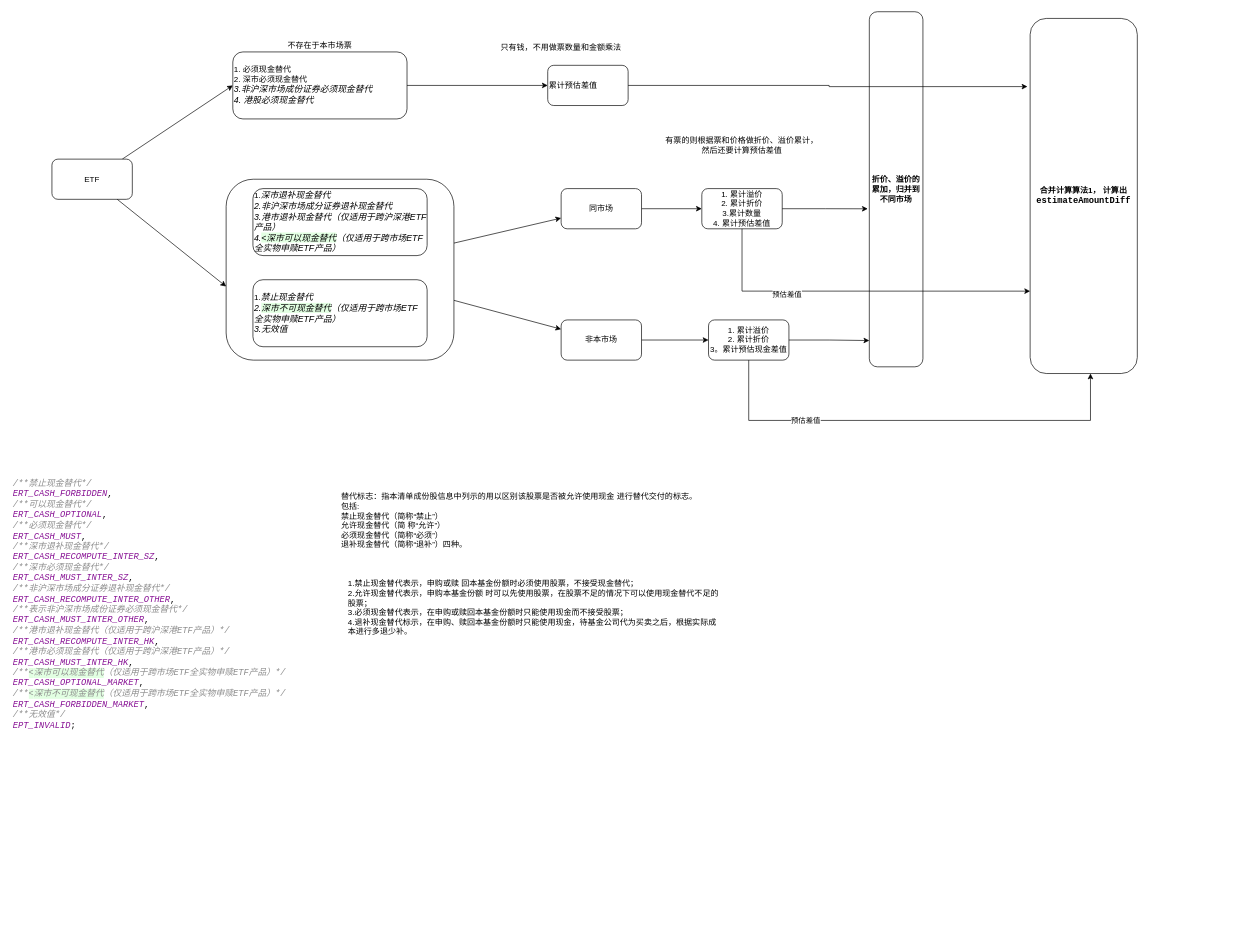
Above: ETF指标逻辑梳理.drawio in 89780012/drawio (draw.io), before the change. Source tidied: cells renumbered, new cells numbered last; positions are measured from the earlier drawing's top-left corner, leaving out a move shared by most shapes. Both pictures are drawn from the tidied source at 67%, with x=0, y=0 at pixel (11, 11).
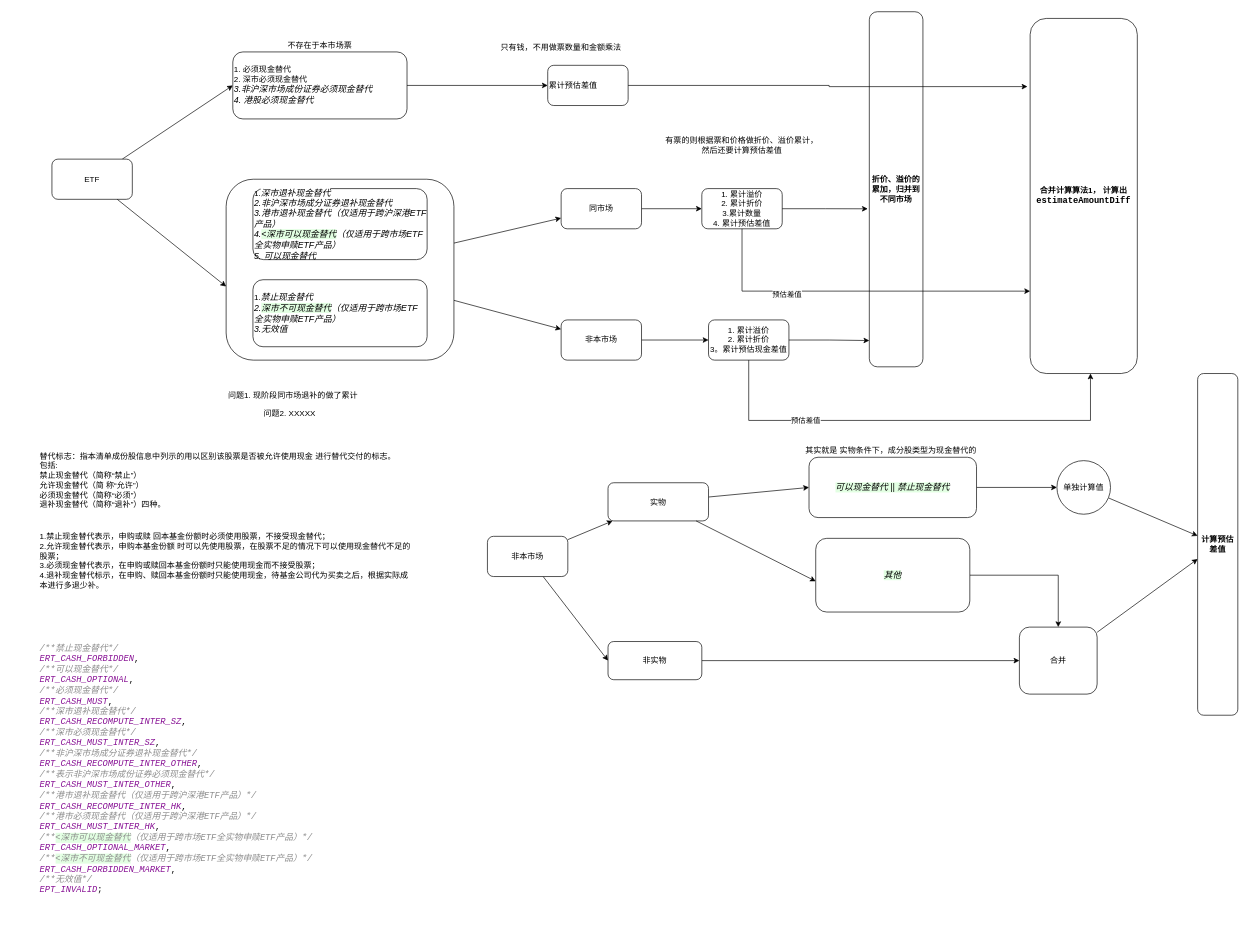
Above is the later version.

Commit message (it also covers changes not shown here):
更新ETF指标逻辑梳理.drawio

Change to the diagram source:
```diff
@@
     <mxCell id="7" value="&lt;div style=&quot;background-color: rgb(255, 255, 255); color: rgb(8, 8, 8); font-family: &amp;quot;JetBrains Mono&amp;quot;, monospace; font-size: 9.8pt; white-space: pre;&quot;&gt;&lt;span style=&quot;color: rgb(140, 140, 140); font-style: italic;&quot;&gt;/**&lt;/span&gt;&lt;span style=&quot;color: rgb(140, 140, 140); font-style: italic; font-family: &amp;quot;Courier New&amp;quot;, monospace;&quot;&gt;禁止现金替代&lt;/span&gt;&lt;span style=&quot;color: rgb(140, 140, 140); font-style: italic;&quot;&gt;*/&lt;br&gt;&lt;/span&gt;&lt;span style=&quot;color: rgb(135, 16, 148); font-style: italic;&quot;&gt;ERT_CASH_FORBIDDEN&lt;/span&gt;,&lt;br&gt;&lt;span style=&quot;color: rgb(140, 140, 140); font-style: italic;&quot;&gt;/**&lt;/span&gt;&lt;span style=&quot;color: rgb(140, 140, 140); font-style: italic; font-family: &amp;quot;Courier New&amp;quot;, monospace;&quot;&gt;可以现金替代&lt;/span&gt;&lt;span style=&quot;color: rgb(140, 140, 140); font-style: italic;&quot;&gt;*/&lt;br&gt;&lt;/span&gt;&lt;span style=&quot;color: rgb(135, 16, 148); font-style: italic;&quot;&gt;ERT_CASH_OPTIONAL&lt;/span&gt;,&lt;br&gt;&lt;span style=&quot;color: rgb(140, 140, 140); font-style: italic;&quot;&gt;/**&lt;/span&gt;&lt;span style=&quot;color: rgb(140, 140, 140); font-style: italic; font-family: &amp;quot;Courier New&amp;quot;, monospace;&quot;&gt;必须现金替代&lt;/span&gt;&lt;span style=&quot;color: rgb(140, 140, 140); font-style: italic;&quot;&gt;*/&lt;br&gt;&lt;/span&gt;&lt;span style=&quot;color: rgb(135, 16, 148); font-style: italic;&quot;&gt;ERT_CASH_MUST&lt;/span&gt;,&lt;br&gt;&lt;span style=&quot;color: rgb(140, 140, 140); font-style: italic;&quot;&gt;/**&lt;/span&gt;&lt;span style=&quot;color: rgb(140, 140, 140); font-style: italic; font-family: &amp;quot;Courier New&amp;quot;, monospace;&quot;&gt;深市退补现金替代&lt;/span&gt;&lt;span style=&quot;color: rgb(140, 140, 140); font-style: italic;&quot;&gt;*/&lt;br&gt;&lt;/span&gt;&lt;span style=&quot;color: rgb(135, 16, 148); font-style: italic;&quot;&gt;ERT_CASH_RECOMPUTE_INTER_SZ&lt;/span&gt;,&lt;br&gt;&lt;span style=&quot;color: rgb(140, 140, 140); font-style: italic;&quot;&gt;/**&lt;/span&gt;&lt;span style=&quot;color: rgb(140, 140, 140); font-style: italic; font-family: &amp;quot;Courier New&amp;quot;, monospace;&quot;&gt;深市必须现金替代&lt;/span&gt;&lt;span style=&quot;color: rgb(140, 140, 140); font-style: italic;&quot;&gt;*/&lt;br&gt;&lt;/span&gt;&lt;span style=&quot;color: rgb(135, 16, 148); font-style: italic;&quot;&gt;ERT_CASH_MUST_INTER_SZ&lt;/span&gt;,&lt;br&gt;&lt;span style=&quot;color: rgb(140, 140, 140); font-style: italic;&quot;&gt;/**&lt;/span&gt;&lt;span style=&quot;color: rgb(140, 140, 140); font-style: italic; font-family: &amp;quot;Courier New&amp;quot;, monospace;&quot;&gt;非沪深市场成分证券退补现金替代&lt;/span&gt;&lt;span style=&quot;color: rgb(140, 140, 140); font-style: italic;&quot;&gt;*/&lt;br&gt;&lt;/span&gt;&lt;span style=&quot;color: rgb(135, 16, 148); font-style: italic;&quot;&gt;ERT_CASH_RECOMPUTE_INTER_OTHER&lt;/span&gt;,&lt;br&gt;&lt;span style=&quot;color: rgb(140, 140, 140); font-style: italic;&quot;&gt;/**&lt;/span&gt;&lt;span style=&quot;color: rgb(140, 140, 140); font-style: italic; font-family: &amp;quot;Courier New&amp;quot;, monospace;&quot;&gt;表示非沪深市场成份证券必须现金替代&lt;/span&gt;&lt;span style=&quot;color: rgb(140, 140, 140); font-style: italic;&quot;&gt;*/&lt;br&gt;&lt;/span&gt;&lt;span style=&quot;color: rgb(135, 16, 148); font-style: italic;&quot;&gt;ERT_CASH_MUST_INTER_OTHER&lt;/span&gt;,&lt;br&gt;&lt;span style=&quot;color: rgb(140, 140, 140); font-style: italic;&quot;&gt;/**&lt;/span&gt;&lt;span style=&quot;color: rgb(140, 140, 140); font-style: italic; font-family: &amp;quot;Courier New&amp;quot;, monospace;&quot;&gt;港市退补现金替代（仅适用于跨沪深港&lt;/span&gt;&lt;span style=&quot;color: rgb(140, 140, 140); font-style: italic;&quot;&gt;ETF&lt;/span&gt;&lt;span style=&quot;color: rgb(140, 140, 140); font-style: italic; font-family: &amp;quot;Courier New&amp;quot;, monospace;&quot;&gt;产品）&lt;/span&gt;&lt;span style=&quot;color: rgb(140, 140, 140); font-style: italic;&quot;&gt;*/&lt;br&gt;&lt;/span&gt;&lt;span style=&quot;color: rgb(135, 16, 148); font-style: italic;&quot;&gt;ERT_CASH_RECOMPUTE_INTER_HK&lt;/span&gt;,&lt;br&gt;&lt;span style=&quot;color: rgb(140, 140, 140); font-style: italic;&quot;&gt;/**&lt;/span&gt;&lt;span style=&quot;color: rgb(140, 140, 140); font-style: italic; font-family: &amp;quot;Courier New&amp;quot;, monospace;&quot;&gt;港市必须现金替代（仅适用于跨沪深港&lt;/span&gt;&lt;span style=&quot;color: rgb(140, 140, 140); font-style: italic;&quot;&gt;ETF&lt;/span&gt;&lt;span style=&quot;color: rgb(140, 140, 140); font-style: italic; font-family: &amp;quot;Courier New&amp;quot;, monospace;&quot;&gt;产品）&lt;/span&gt;&lt;span style=&quot;color: rgb(140, 140, 140); font-style: italic;&quot;&gt;*/&lt;br&gt;&lt;/span&gt;&lt;span style=&quot;color: rgb(135, 16, 148); font-style: italic;&quot;&gt;ERT_CASH_MUST_INTER_HK&lt;/span&gt;,&lt;br&gt;&lt;span style=&quot;color: rgb(140, 140, 140); font-style: italic;&quot;&gt;/**&lt;/span&gt;&lt;span style=&quot;color: rgb(140, 140, 140); background-color: rgb(226, 255, 226); font-style: italic;&quot;&gt;&amp;lt;&lt;/span&gt;&lt;span style=&quot;color: rgb(140, 140, 140); background-color: rgb(226, 255, 226); font-style: italic; font-family: &amp;quot;Courier New&amp;quot;, monospace;&quot;&gt;深市可以现金替代&lt;/span&gt;&lt;span style=&quot;color: rgb(140, 140, 140); font-style: italic; font-family: &amp;quot;Courier New&amp;quot;, monospace;&quot;&gt;（仅适用于跨市场&lt;/span&gt;&lt;span style=&quot;color: rgb(140, 140, 140); font-style: italic;&quot;&gt;ETF&lt;/span&gt;&lt;span style=&quot;color: rgb(140, 140, 140); font-style: italic; font-family: &amp;quot;Courier New&amp;quot;, monospace;&quot;&gt;全实物申赎&lt;/span&gt;&lt;span style=&quot;color: rgb(140, 140, 140); font-style: italic;&quot;&gt;ETF&lt;/span&gt;&lt;span style=&quot;color: rgb(140, 140, 140); font-style: italic; font-family: &amp;quot;Courier New&amp;quot;, monospace;&quot;&gt;产品）&lt;/span&gt;&lt;span style=&quot;color: rgb(140, 140, 140); font-style: italic;&quot;&gt;*/&lt;br&gt;&lt;/span&gt;&lt;span style=&quot;color: rgb(135, 16, 148); font-style: italic;&quot;&gt;ERT_CASH_OPTIONAL_MARKET&lt;/span&gt;,&lt;br&gt;&lt;span style=&quot;color: rgb(140, 140, 140); font-style: italic;&quot;&gt;/**&lt;/span&gt;&lt;span style=&quot;color: rgb(140, 140, 140); background-color: rgb(226, 255, 226); font-style: italic;&quot;&gt;&amp;lt;&lt;/span&gt;&lt;span style=&quot;color: rgb(140, 140, 140); background-color: rgb(226, 255, 226); font-style: italic; font-family: &amp;quot;Courier New&amp;quot;, monospace;&quot;&gt;深市不可现金替代&lt;/span&gt;&lt;span style=&quot;color: rgb(140, 140, 140); font-style: italic; font-family: &amp;quot;Courier New&amp;quot;, monospace;&quot;&gt;（仅适用于跨市场&lt;/span&gt;&lt;span style=&quot;color: rgb(140, 140, 140); font-style: italic;&quot;&gt;ETF&lt;/span&gt;&lt;span style=&quot;color: rgb(140, 140, 140); font-style: italic; font-family: &amp;quot;Courier New&amp;quot;, monospace;&quot;&gt;全实物申赎&lt;/span&gt;&lt;span style=&quot;color: rgb(140, 140, 140); font-style: italic;&quot;&gt;ETF&lt;/span&gt;&lt;span style=&quot;color: rgb(140, 140, 140); font-style: italic; font-family: &amp;quot;Courier New&amp;quot;, monospace;&quot;&gt;产品）&lt;/span&gt;&lt;span style=&quot;color: rgb(140, 140, 140); font-style: italic;&quot;&gt;*/&lt;br&gt;&lt;/span&gt;&lt;span style=&quot;color: rgb(135, 16, 148); font-style: italic;&quot;&gt;ERT_CASH_FORBIDDEN_MARKET&lt;/span&gt;,&lt;br&gt;&lt;span style=&quot;color: rgb(140, 140, 140); font-style: italic;&quot;&gt;/**&lt;/span&gt;&lt;span style=&quot;color: rgb(140, 140, 140); font-style: italic; font-family: &amp;quot;Courier New&amp;quot;, monospace;&quot;&gt;无效值&lt;/span&gt;&lt;span style=&quot;color: rgb(140, 140, 140); font-style: italic;&quot;&gt;*/&lt;br&gt;&lt;/span&gt;&lt;span style=&quot;color: rgb(135, 16, 148); font-style: italic;&quot;&gt;EPT_INVALID&lt;/span&gt;;&lt;/div&gt;" style="text;html=1;align=left;verticalAlign=middle;whiteSpace=wrap;rounded=0;" parent="1" vertex="1">
-      <mxGeometry y="650" width="440" height="470" as="geometry" />
+      <mxGeometry x="40" y="896" width="440" height="470" as="geometry" />
     </mxCell>
@@
-    <mxCell id="10" value="1.&lt;span style=&quot;font-size: 13.0667px; font-style: italic; white-space: pre; background-color: rgb(255, 255, 255);&quot;&gt;深市退补现金替代&lt;/span&gt;&lt;div&gt;&lt;span style=&quot;font-size: 13.0667px; font-style: italic; white-space: pre; background-color: rgb(255, 255, 255);&quot;&gt;2.&lt;/span&gt;&lt;span style=&quot;background-color: rgb(255, 255, 255); font-size: 13.0667px; font-style: italic; white-space: pre;&quot;&gt;非沪深市场成分证券退补现金替代&lt;/span&gt;&lt;/div&gt;&lt;div&gt;&lt;span style=&quot;background-color: rgb(255, 255, 255); font-size: 13.0667px; font-style: italic; white-space: pre;&quot;&gt;3.&lt;/span&gt;&lt;span style=&quot;background-color: transparent; font-size: 13.0667px; white-space: pre; font-style: italic;&quot;&gt;港市退补现金替代（仅适用于跨沪深港&lt;/span&gt;&lt;span style=&quot;background-color: transparent; font-size: 13.0667px; white-space: pre; font-style: italic;&quot;&gt;ETF&lt;/span&gt;&lt;span style=&quot;background-color: transparent; font-size: 13.0667px; white-space: pre; font-style: italic;&quot;&gt;产品）&lt;/span&gt;&lt;/div&gt;&lt;div&gt;&lt;span style=&quot;background-color: transparent; font-size: 13.0667px; white-space: pre; font-style: italic;&quot;&gt;4.&lt;/span&gt;&lt;span style=&quot;font-size: 13.0667px; white-space: pre; background-color: rgb(226, 255, 226); font-style: italic;&quot;&gt;&amp;lt;&lt;/span&gt;&lt;span style=&quot;font-size: 13.0667px; white-space: pre; background-color: rgb(226, 255, 226); font-style: italic;&quot;&gt;深市可以现金替代&lt;/span&gt;&lt;span style=&quot;background-color: transparent; font-size: 13.0667px; white-space: pre; font-style: italic;&quot;&gt;（仅适用于跨市场&lt;/span&gt;&lt;span style=&quot;background-color: transparent; font-size: 13.0667px; white-space: pre; font-style: italic;&quot;&gt;ETF&lt;/span&gt;&lt;span style=&quot;background-color: transparent; font-size: 13.0667px; white-space: pre; font-style: italic;&quot;&gt;全实物申赎&lt;/span&gt;&lt;span style=&quot;background-color: transparent; font-size: 13.0667px; white-space: pre; font-style: italic;&quot;&gt;ETF&lt;/span&gt;&lt;span style=&quot;background-color: transparent; font-size: 13.0667px; white-space: pre; font-style: italic;&quot;&gt;产品）&lt;/span&gt;&lt;/div&gt;" style="rounded=1;whiteSpace=wrap;html=1;fontColor=default;fontFamily=Helvetica;align=left;" parent="1" vertex="1">
-      <mxGeometry x="360" y="264" width="260" height="100" as="geometry" />
+    <mxCell id="10" value="1.&lt;span style=&quot;font-size: 13.0667px; font-style: italic; white-space: pre; background-color: rgb(255, 255, 255);&quot;&gt;深市退补现金替代&lt;/span&gt;&lt;div&gt;&lt;span style=&quot;font-size: 13.0667px; font-style: italic; white-space: pre; background-color: rgb(255, 255, 255);&quot;&gt;2.&lt;/span&gt;&lt;span style=&quot;background-color: rgb(255, 255, 255); font-size: 13.0667px; font-style: italic; white-space: pre;&quot;&gt;非沪深市场成分证券退补现金替代&lt;/span&gt;&lt;/div&gt;&lt;div&gt;&lt;span style=&quot;background-color: rgb(255, 255, 255); font-size: 13.0667px; font-style: italic; white-space: pre;&quot;&gt;3.&lt;/span&gt;&lt;span style=&quot;background-color: transparent; font-size: 13.0667px; white-space: pre; font-style: italic;&quot;&gt;港市退补现金替代（仅适用于跨沪深港&lt;/span&gt;&lt;span style=&quot;background-color: transparent; font-size: 13.0667px; white-space: pre; font-style: italic;&quot;&gt;ETF&lt;/span&gt;&lt;span style=&quot;background-color: transparent; font-size: 13.0667px; white-space: pre; font-style: italic;&quot;&gt;产品）&lt;/span&gt;&lt;/div&gt;&lt;div&gt;&lt;span style=&quot;background-color: transparent; font-size: 13.0667px; white-space: pre; font-style: italic;&quot;&gt;4.&lt;/span&gt;&lt;span style=&quot;font-size: 13.0667px; white-space: pre; background-color: rgb(226, 255, 226); font-style: italic;&quot;&gt;&amp;lt;&lt;/span&gt;&lt;span style=&quot;font-size: 13.0667px; white-space: pre; background-color: rgb(226, 255, 226); font-style: italic;&quot;&gt;深市可以现金替代&lt;/span&gt;&lt;span style=&quot;background-color: transparent; font-size: 13.0667px; white-space: pre; font-style: italic;&quot;&gt;（仅适用于跨市场&lt;/span&gt;&lt;span style=&quot;background-color: transparent; font-size: 13.0667px; white-space: pre; font-style: italic;&quot;&gt;ETF&lt;/span&gt;&lt;span style=&quot;background-color: transparent; font-size: 13.0667px; white-space: pre; font-style: italic;&quot;&gt;全实物申赎&lt;/span&gt;&lt;span style=&quot;background-color: transparent; font-size: 13.0667px; white-space: pre; font-style: italic;&quot;&gt;ETF&lt;/span&gt;&lt;span style=&quot;background-color: transparent; font-size: 13.0667px; white-space: pre; font-style: italic;&quot;&gt;产品）&lt;/span&gt;&lt;/div&gt;&lt;div&gt;&lt;span style=&quot;background-color: transparent; font-size: 13.0667px; white-space: pre; font-style: italic;&quot;&gt;5. 可以现金替代&lt;/span&gt;&lt;/div&gt;" style="rounded=1;whiteSpace=wrap;html=1;fontColor=default;fontFamily=Helvetica;align=left;" parent="1" vertex="1">
+      <mxGeometry x="360" y="264" width="260" height="106" as="geometry" />
     </mxCell>
@@
     <mxCell id="32" value="替代标志：指本清单成份股信息中列示的用以区别该股票是否被允许使用现金 进行替代交付的标志。&#10;包括:&#10;禁止现金替代（简称“禁止”）&#10;允许现金替代（简 称“允许”）&#10;必须现金替代（简称“必须”）&#10;退补现金替代（简称“退补”）四种。" style="text;whiteSpace=wrap;" parent="1" vertex="1">
-      <mxGeometry x="490" y="710" width="560" height="120" as="geometry" />
+      <mxGeometry x="40" y="650" width="560" height="120" as="geometry" />
     </mxCell>
     <mxCell id="33" value="1.禁止现金替代表示，申购或赎 回本基金份额时必须使用股票，不接受现金替代；&#10;2.允许现金替代表示，申购本基金份额 时可以先使用股票，在股票不足的情况下可以使用现金替代不足的股票；&#10;3.必须现金替代表示，在申购或赎回本基金份额时只能使用现金而不接受股票；&#10;4.退补现金替代标示，在申购、赎回本基金份额时只能使用现金，待基金公司代为买卖之后，根据实际成本进行多退少补。" style="text;whiteSpace=wrap;" parent="1" vertex="1">
-      <mxGeometry x="500" y="840" width="560" height="110" as="geometry" />
+      <mxGeometry x="40" y="770" width="560" height="110" as="geometry" />
     </mxCell>
+    <mxCell id="34" value="问题1. 现阶段同市场退补的做了累计&lt;div&gt;&lt;br&gt;&lt;/div&gt;" style="text;html=1;align=center;verticalAlign=middle;whiteSpace=wrap;rounded=0;" parent="1" vertex="1">
+      <mxGeometry x="300" y="570" width="240" height="20" as="geometry" />
+    </mxCell>
+    <mxCell id="35" style="rounded=0;jettySize=auto;html=1;" parent="1" edge="1" source="37" target="41">
+      <mxGeometry relative="1" as="geometry" />
+    </mxCell>
+    <mxCell id="36" style="rounded=0;jettySize=auto;html=1;entryX=0;entryY=0.5;entryDx=0;entryDy=0;" parent="1" edge="1" source="37" target="43">
+      <mxGeometry relative="1" as="geometry" />
+    </mxCell>
+    <mxCell id="37" value="非本市场" style="rounded=1;whiteSpace=wrap;html=1;" parent="1" vertex="1">
+      <mxGeometry x="710" y="783" width="120" height="60" as="geometry" />
+    </mxCell>
+    <mxCell id="38" style="edgeStyle=orthogonalEdgeStyle;rounded=0;jettySize=auto;html=1;" parent="1" edge="1" source="39" target="52">
+      <mxGeometry relative="1" as="geometry" />
+    </mxCell>
+    <mxCell id="39" value="&lt;div style=&quot;text-align: left;&quot;&gt;&lt;span style=&quot;font-size: 13.0667px; white-space: pre; background-color: rgb(226, 255, 226);&quot;&gt;&lt;i&gt;可以现金替代 || 禁止现金替代&lt;/i&gt;&lt;/span&gt;&lt;/div&gt;" style="whiteSpace=wrap;html=1;rounded=1;" parent="1" vertex="1">
+      <mxGeometry x="1190" y="665" width="250" height="90" as="geometry" />
+    </mxCell>
+    <mxCell id="40" style="rounded=0;jettySize=auto;html=1;entryX=0;entryY=0.5;entryDx=0;entryDy=0;" parent="1" edge="1" source="41" target="39">
+      <mxGeometry relative="1" as="geometry" />
+    </mxCell>
+    <mxCell id="41" value="实物" style="whiteSpace=wrap;html=1;rounded=1;" parent="1" vertex="1">
+      <mxGeometry x="890" y="703" width="150" height="57" as="geometry" />
+    </mxCell>
+    <mxCell id="42" style="edgeStyle=orthogonalEdgeStyle;rounded=0;jettySize=auto;html=1;" parent="1" edge="1" source="43" target="50">
+      <mxGeometry relative="1" as="geometry" />
+    </mxCell>
+    <mxCell id="43" value="非实物" style="whiteSpace=wrap;html=1;rounded=1;" parent="1" vertex="1">
+      <mxGeometry x="890" y="940" width="140" height="57" as="geometry" />
+    </mxCell>
+    <mxCell id="44" style="edgeStyle=orthogonalEdgeStyle;rounded=0;jettySize=auto;html=1;" parent="1" edge="1" source="45" target="50">
+      <mxGeometry relative="1" as="geometry" />
+    </mxCell>
+    <mxCell id="45" value="&lt;div style=&quot;text-align: left;&quot;&gt;&lt;span style=&quot;font-size: 13.0667px; white-space: pre; background-color: rgb(226, 255, 226);&quot;&gt;&lt;i&gt;其他&lt;/i&gt;&lt;/span&gt;&lt;/div&gt;" style="whiteSpace=wrap;html=1;rounded=1;" parent="1" vertex="1">
+      <mxGeometry x="1200" y="786" width="230" height="110" as="geometry" />
+    </mxCell>
+    <mxCell id="46" style="rounded=0;jettySize=auto;html=1;entryX=0;entryY=0.582;entryDx=0;entryDy=0;entryPerimeter=0;" parent="1" edge="1" source="41" target="45">
+      <mxGeometry relative="1" as="geometry" />
+    </mxCell>
+    <mxCell id="47" value="其实就是 实物条件下，成分股类型为现金替代的" style="text;html=1;align=center;verticalAlign=middle;whiteSpace=wrap;rounded=0;" parent="1" vertex="1">
+      <mxGeometry x="1170" y="650" width="285" height="10" as="geometry" />
+    </mxCell>
+    <mxCell id="48" value="计算预估差值" style="rounded=1;whiteSpace=wrap;html=1;fontStyle=1;" parent="1" vertex="1">
+      <mxGeometry x="1770" y="540" width="60" height="510" as="geometry" />
+    </mxCell>
+    <mxCell id="49" style="rounded=0;jettySize=auto;html=1;" parent="1" edge="1" source="50" target="48">
+      <mxGeometry relative="1" as="geometry" />
+    </mxCell>
+    <mxCell id="50" value="&lt;div style=&quot;text-align: left;&quot;&gt;合并&lt;/div&gt;" style="whiteSpace=wrap;html=1;rounded=1;" parent="1" vertex="1">
+      <mxGeometry x="1504" y="918.5" width="116" height="100" as="geometry" />
+    </mxCell>
+    <mxCell id="51" style="rounded=0;jettySize=auto;html=1;" parent="1" edge="1" source="52" target="48">
+      <mxGeometry relative="1" as="geometry" />
+    </mxCell>
+    <mxCell id="52" value="单独计算值" style="ellipse;whiteSpace=wrap;html=1;rounded=1;" parent="1" vertex="1">
+      <mxGeometry x="1560" y="670" width="80" height="80" as="geometry" />
+    </mxCell>
+    <mxCell id="53" value="问题2. XXXXX" style="text;html=1;align=center;verticalAlign=middle;whiteSpace=wrap;rounded=0;" parent="1" vertex="1">
+      <mxGeometry x="295" y="590" width="240" height="20" as="geometry" />
+    </mxCell>
```
